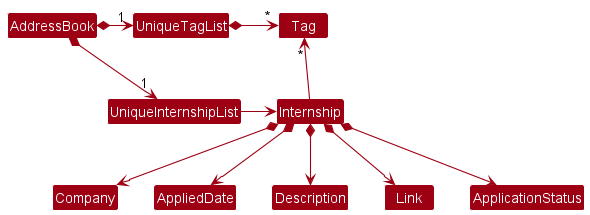
Above: docs/images/BetterModelClassDiagram.png in nus-cs2103-AY2223S1/tp (PlantUML), before the change.
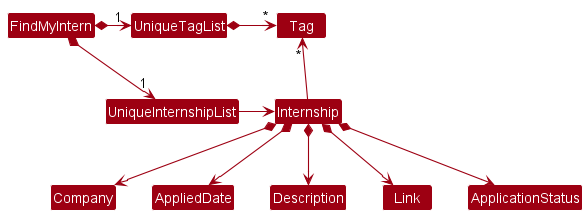
The same file after the commit.

What changed in the source:
```diff
@@ -4,8 +4,8 @@
 skinparam arrowColor MODEL_COLOR
 skinparam classBackgroundColor MODEL_COLOR
 
-AddressBook *-right-> "1" UniqueInternshipList
-AddressBook *-right-> "1" UniqueTagList
+FindMyIntern *-right-> "1" UniqueInternshipList
+FindMyIntern *-right-> "1" UniqueTagList
 UniqueTagList -[hidden]down- UniqueInternshipList
 UniqueTagList -[hidden]down- UniqueInternshipList
 
```
